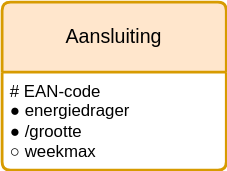
Earlier version of the draw.io export docs/assets/images/legenda2.drawio.svg (Netbeheer-Nederland/stelsel). Source tidied: cells renumbered, new cells last; positions are measured from the earlier drawing's top-left corner, leaving out a move shared by most shapes. Source of this version:
```xml
<mxGraphModel>
  <root>
    <mxCell id="0" />
    <mxCell id="1" parent="0" />
    <mxCell id="2" value="Aansluiting" style="swimlane;horizontal=1;startSize=50;rounded=1;fontSize=14;fontStyle=0;strokeWidth=2;shadow=0;dashed=0;align=center;arcSize=4;whiteSpace=wrap;html=1;fillColor=#ffe6cc;strokeColor=#d79b00;" parent="1" vertex="1">
      <mxGeometry width="160" height="120" as="geometry" />
    </mxCell>
    <mxCell id="3" value="# EAN-code&lt;div&gt;● energiedrager&lt;/div&gt;&lt;div&gt;● /grootte&lt;/div&gt;&lt;div&gt;○ weekmax&lt;/div&gt;" style="align=left;strokeColor=none;fillColor=none;spacingLeft=4;spacingRight=4;fontSize=12;verticalAlign=top;html=1;whiteSpace=wrap;" parent="2" vertex="1">
      <mxGeometry y="50" width="160" height="70" as="geometry" />
    </mxCell>
  </root>
</mxGraphModel>
```
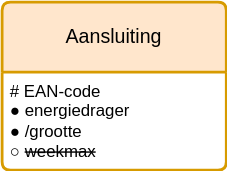
Above is the later version.

Change to the diagram source:
```diff
@@ -5,7 +5,7 @@
     <mxCell id="2" value="Aansluiting" style="swimlane;horizontal=1;startSize=50;rounded=1;fontSize=14;fontStyle=0;strokeWidth=2;shadow=0;dashed=0;align=center;arcSize=4;whiteSpace=wrap;html=1;fillColor=#ffe6cc;strokeColor=#d79b00;" parent="1" vertex="1">
       <mxGeometry width="160" height="120" as="geometry" />
     </mxCell>
-    <mxCell id="3" value="# EAN-code&lt;div&gt;● energiedrager&lt;/div&gt;&lt;div&gt;● /grootte&lt;/div&gt;&lt;div&gt;○ weekmax&lt;/div&gt;" style="align=left;strokeColor=none;fillColor=none;spacingLeft=4;spacingRight=4;fontSize=12;verticalAlign=top;html=1;whiteSpace=wrap;" parent="2" vertex="1">
+    <mxCell id="3" value="# EAN-code&lt;div&gt;● energiedrager&lt;/div&gt;&lt;div&gt;● /grootte&lt;/div&gt;&lt;div&gt;○ &lt;strike&gt;weekmax&lt;/strike&gt;&lt;/div&gt;" style="align=left;strokeColor=none;fillColor=none;spacingLeft=4;spacingRight=4;fontSize=12;verticalAlign=top;html=1;whiteSpace=wrap;" parent="2" vertex="1">
       <mxGeometry y="50" width="160" height="70" as="geometry" />
     </mxCell>
   </root>
```
